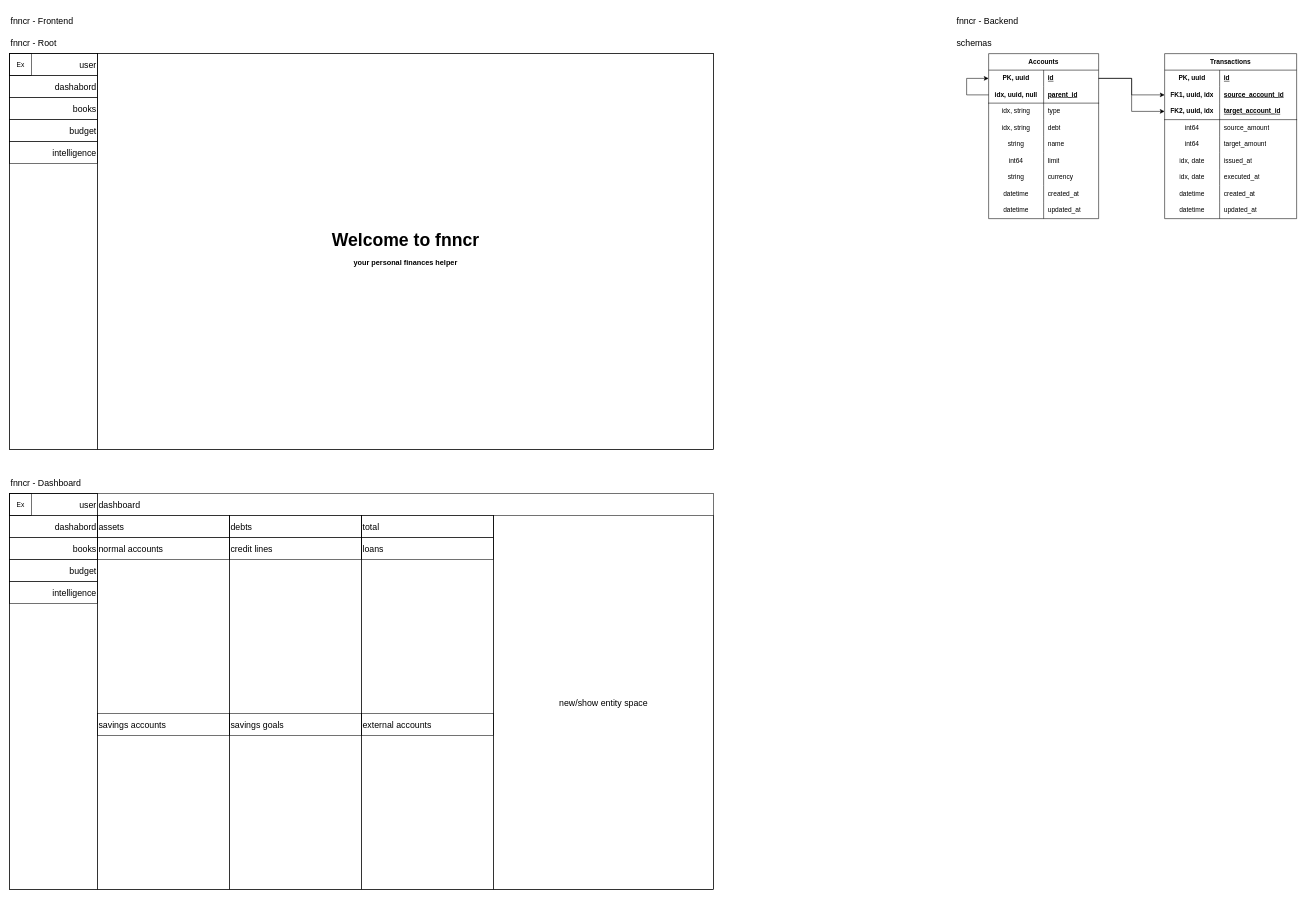
The draw.io diagram docs/fnncr.drawio in NordGus/fnncr, before the edit. Source tidied: cells renumbered, new cells numbered last; positions are measured from the earlier drawing's top-left corner, leaving out a move shared by most shapes. Both pictures are drawn from the tidied source at 55%, with x=0, y=0 at pixel (9, 9).
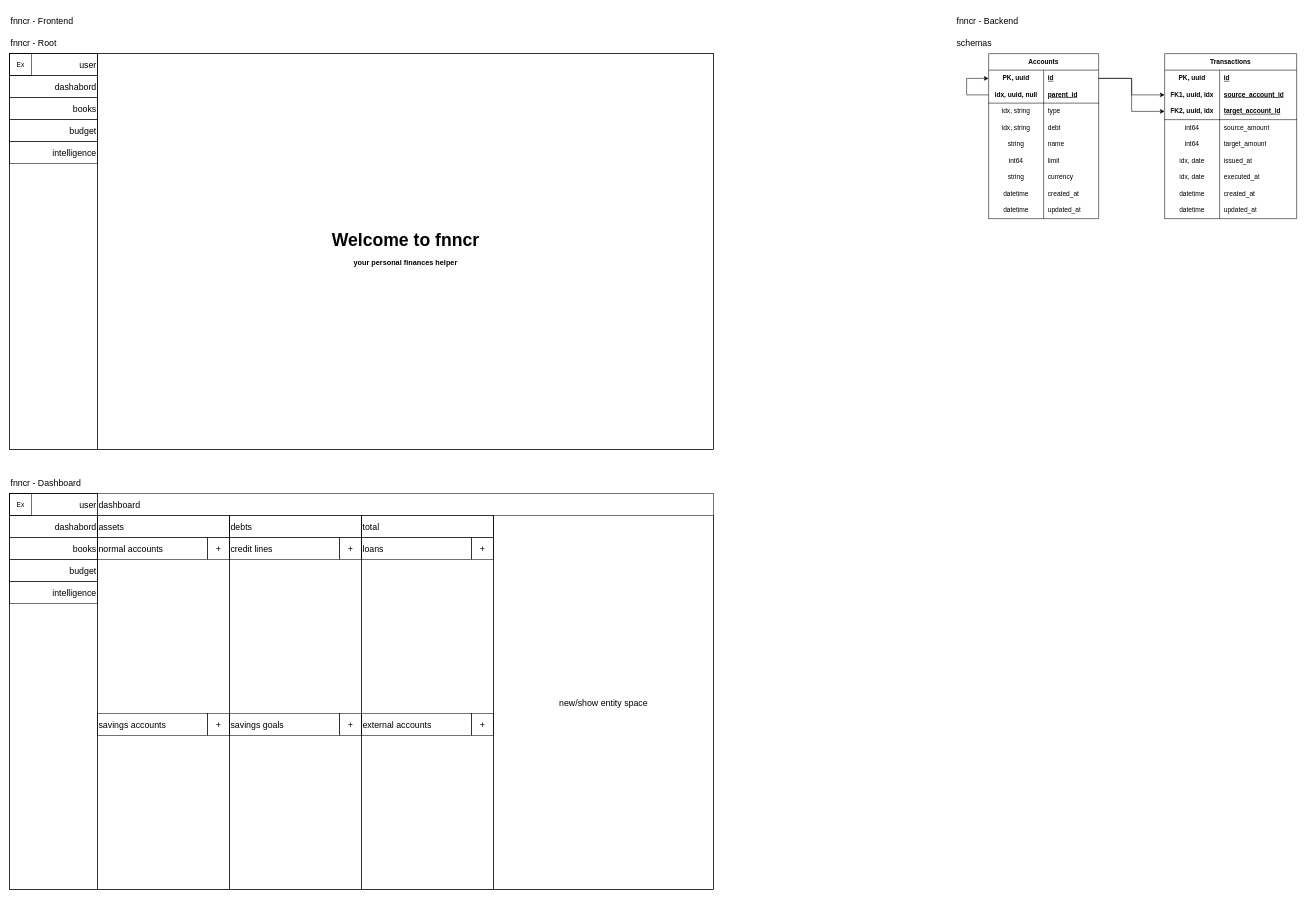
The same page after the edit.

Commit message:
updating dashbaord wireframe design

Change to the diagram source:
```diff
@@
     <mxCell id="17" value="&lt;div style=&quot;text-align: justify;&quot;&gt;normal accounts&lt;/div&gt;" style="text;html=1;strokeColor=default;fillColor=none;align=left;verticalAlign=middle;whiteSpace=wrap;rounded=0;fontSize=16;" parent="1" vertex="1">
-      <mxGeometry x="160" y="960" width="240" height="40" as="geometry" />
+      <mxGeometry x="160" y="960" width="200" height="40" as="geometry" />
     </mxCell>
     <mxCell id="18" value="&lt;div style=&quot;text-align: justify;&quot;&gt;&lt;span style=&quot;background-color: initial;&quot;&gt;credit lines&lt;/span&gt;&lt;/div&gt;" style="text;html=1;strokeColor=default;fillColor=none;align=left;verticalAlign=middle;whiteSpace=wrap;rounded=0;fontSize=16;" parent="1" vertex="1">
-      <mxGeometry x="400" y="960" width="240" height="40" as="geometry" />
+      <mxGeometry x="400" y="960" width="200" height="40" as="geometry" />
     </mxCell>
     <mxCell id="19" value="&lt;div style=&quot;text-align: justify;&quot;&gt;&lt;span style=&quot;background-color: initial;&quot;&gt;savings goals&lt;/span&gt;&lt;/div&gt;" style="text;html=1;strokeColor=default;fillColor=none;align=left;verticalAlign=middle;whiteSpace=wrap;rounded=0;fontSize=16;" parent="1" vertex="1">
-      <mxGeometry x="400" y="1280" width="240" height="40" as="geometry" />
+      <mxGeometry x="400" y="1280" width="200" height="40" as="geometry" />
     </mxCell>
     <mxCell id="20" value="&lt;div style=&quot;text-align: justify;&quot;&gt;&lt;span style=&quot;background-color: initial;&quot;&gt;external accounts&lt;/span&gt;&lt;/div&gt;" style="text;html=1;strokeColor=default;fillColor=none;align=left;verticalAlign=middle;whiteSpace=wrap;rounded=0;fontSize=16;" parent="1" vertex="1">
-      <mxGeometry x="640" y="1280" width="240" height="40" as="geometry" />
+      <mxGeometry x="640" y="1280" width="200" height="40" as="geometry" />
     </mxCell>
@@
     <mxCell id="81" value="&lt;div style=&quot;text-align: justify;&quot;&gt;&lt;span style=&quot;background-color: initial;&quot;&gt;savings accounts&lt;/span&gt;&lt;/div&gt;" style="text;html=1;strokeColor=default;fillColor=none;align=left;verticalAlign=middle;whiteSpace=wrap;rounded=0;fontSize=16;" parent="1" vertex="1">
-      <mxGeometry x="160" y="1280" width="240" height="40" as="geometry" />
+      <mxGeometry x="160" y="1280" width="200" height="40" as="geometry" />
     </mxCell>
     <mxCell id="82" value="&lt;div style=&quot;text-align: justify;&quot;&gt;&lt;span style=&quot;background-color: initial;&quot;&gt;loans&lt;/span&gt;&lt;/div&gt;" style="text;html=1;strokeColor=default;fillColor=none;align=left;verticalAlign=middle;whiteSpace=wrap;rounded=0;fontSize=16;" parent="1" vertex="1">
-      <mxGeometry x="640" y="960" width="240" height="40" as="geometry" />
+      <mxGeometry x="640" y="960" width="200" height="40" as="geometry" />
     </mxCell>
@@
+    <mxCell id="100" value="&lt;div style=&quot;&quot;&gt;+&lt;/div&gt;" style="text;html=1;strokeColor=default;fillColor=none;align=center;verticalAlign=middle;whiteSpace=wrap;rounded=0;fontSize=16;" parent="1" vertex="1">
+      <mxGeometry x="360" y="960" width="40" height="40" as="geometry" />
+    </mxCell>
+    <mxCell id="101" value="&lt;div style=&quot;&quot;&gt;+&lt;/div&gt;" style="text;html=1;strokeColor=default;fillColor=none;align=center;verticalAlign=middle;whiteSpace=wrap;rounded=0;fontSize=16;" parent="1" vertex="1">
+      <mxGeometry x="600" y="960" width="40" height="40" as="geometry" />
+    </mxCell>
+    <mxCell id="102" value="&lt;div style=&quot;&quot;&gt;+&lt;/div&gt;" style="text;html=1;strokeColor=default;fillColor=none;align=center;verticalAlign=middle;whiteSpace=wrap;rounded=0;fontSize=16;" parent="1" vertex="1">
+      <mxGeometry x="840" y="960" width="40" height="40" as="geometry" />
+    </mxCell>
+    <mxCell id="103" value="&lt;div style=&quot;&quot;&gt;+&lt;/div&gt;" style="text;html=1;strokeColor=default;fillColor=none;align=center;verticalAlign=middle;whiteSpace=wrap;rounded=0;fontSize=16;" parent="1" vertex="1">
+      <mxGeometry x="360" y="1280" width="40" height="40" as="geometry" />
+    </mxCell>
+    <mxCell id="104" value="&lt;div style=&quot;&quot;&gt;+&lt;/div&gt;" style="text;html=1;strokeColor=default;fillColor=none;align=center;verticalAlign=middle;whiteSpace=wrap;rounded=0;fontSize=16;" parent="1" vertex="1">
+      <mxGeometry x="600" y="1280" width="40" height="40" as="geometry" />
+    </mxCell>
+    <mxCell id="105" value="&lt;div style=&quot;&quot;&gt;+&lt;/div&gt;" style="text;html=1;strokeColor=default;fillColor=none;align=center;verticalAlign=middle;whiteSpace=wrap;rounded=0;fontSize=16;" parent="1" vertex="1">
+      <mxGeometry x="840" y="1280" width="40" height="40" as="geometry" />
+    </mxCell>
```
